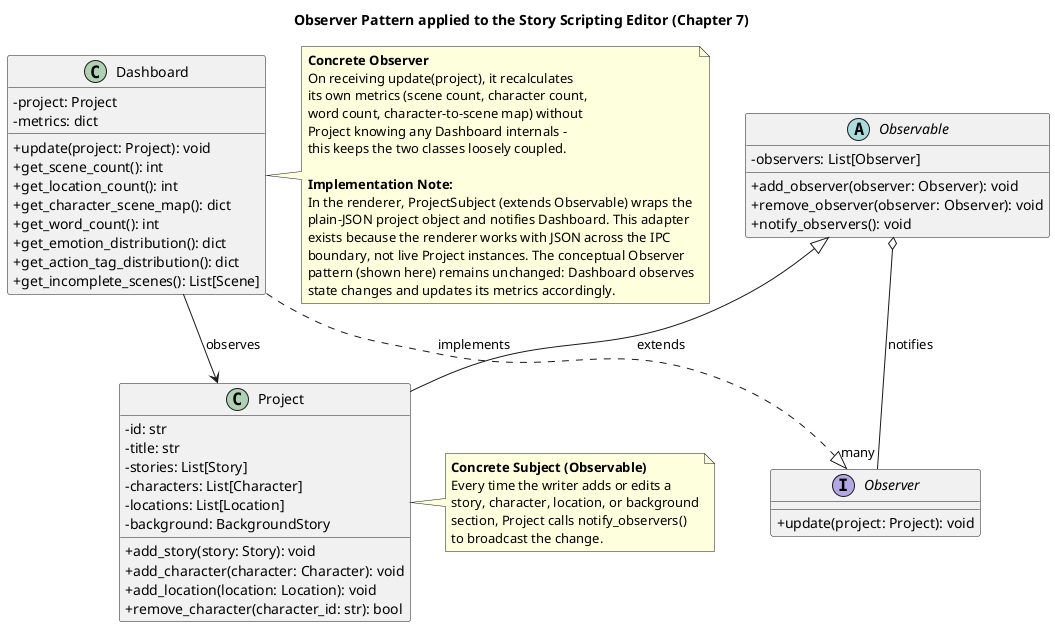
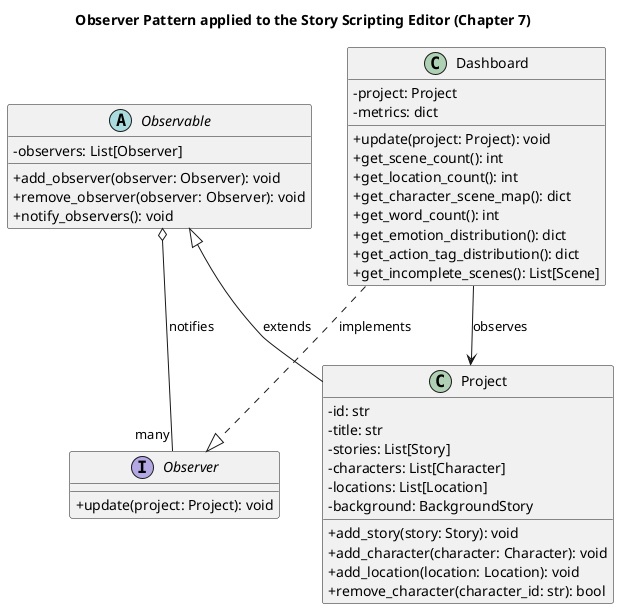
@startuml ObserverPattern
skinparam classAttributeIconSize 0
title Observer Pattern applied to the Story Scripting Editor (Chapter 7)

interface Observer {
  + update(project: Project): void
}

abstract class Observable {
  - observers: List[Observer]
  + add_observer(observer: Observer): void
  + remove_observer(observer: Observer): void
  + notify_observers(): void
}

class Project {
  - id: str
  - title: str
  - stories: List[Story]
  - characters: List[Character]
  - locations: List[Location]
  - background: BackgroundStory
  + add_story(story: Story): void
  + add_character(character: Character): void
  + add_location(location: Location): void
  + remove_character(character_id: str): bool
}

class Dashboard {
  - project: Project
  - metrics: dict
  + update(project: Project): void
  + get_scene_count(): int
  + get_location_count(): int
  + get_character_scene_map(): dict
  + get_word_count(): int
  + get_emotion_distribution(): dict
  + get_action_tag_distribution(): dict
  + get_incomplete_scenes(): List[Scene]
}

Observable <|-- Project : extends
Observable o-- "many" Observer : notifies
Dashboard ..|> Observer : implements
Dashboard --> Project : observes

- note right of Project
+ /' note right of Project
  **Concrete Subject (Observable)**
  Every time the writer adds or edits a
  story, character, location, or background
  section, Project calls notify_observers()
  to broadcast the change.
end note

note right of Dashboard
  **Concrete Observer**
  On receiving update(project), it recalculates
  its own metrics (scene count, character count,
  word count, character-to-scene map) without
  Project knowing any Dashboard internals -
  this keeps the two classes loosely coupled.

  **Implementation Note:**
  In the renderer, ProjectSubject (extends Observable) wraps the
  plain-JSON project object and notifies Dashboard. This adapter
  exists because the renderer works with JSON across the IPC
  boundary, not live Project instances. The conceptual Observer
  pattern (shown here) remains unchanged: Dashboard observes
  state changes and updates its metrics accordingly.
end note
+ '/

@enduml
